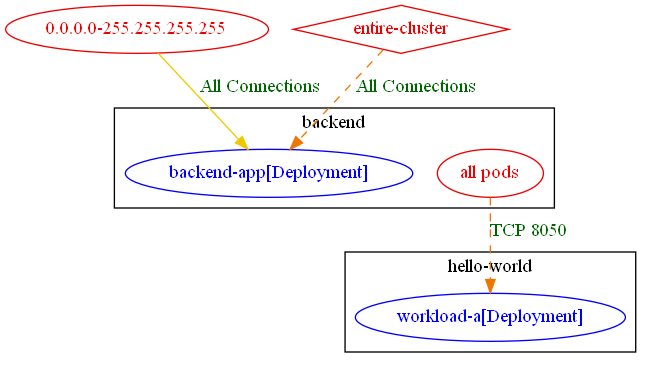
This is test_outputs/connlist/exposure_test_exposure_to_namespace_except_specific_pod_connlist_output.dot.png from np-guard/netpol-analyzer, a Graphviz export, as it was before one commit. Its source is kept beside it as test_outputs/connlist/exposure_test_exposure_to_namespace_except_specific_pod_connlist_output.dot.
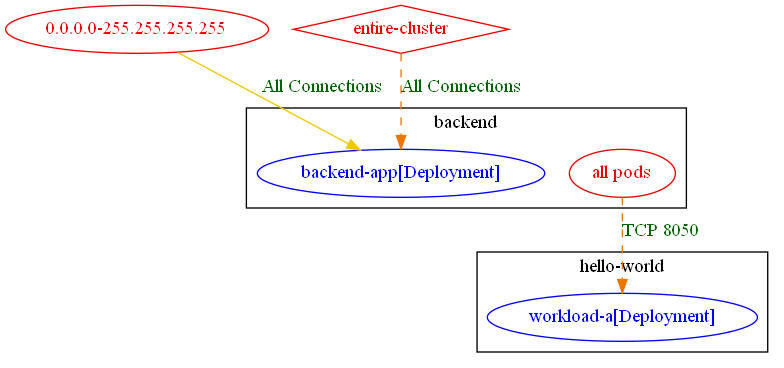
Later version of the same file.

What changed in the source:
```diff
@@ -14,7 +14,7 @@
 	}
 	"0.0.0.0-255.255.255.255" [label="0.0.0.0-255.255.255.255" color="red2" fontcolor="red2"]
 	"entire-cluster" [label="entire-cluster" color="red2" fontcolor="red2" shape=diamond]
-	"0.0.0.0-255.255.255.255" -> "backend/backend-app[Deployment]" [label="All Connections" color="gold2" fontcolor="darkgreen"]
+	"0.0.0.0-255.255.255.255" -> "backend/backend-app[Deployment]" [label="All Connections" color="gold2" fontcolor="darkgreen" weight=0.5]
 	"all pods_in_backend" -> "hello-world/workload-a[Deployment]" [label="TCP 8050" color="darkorange2" fontcolor="darkgreen" weight=1 style=dashed]
 	"entire-cluster" -> "backend/backend-app[Deployment]" [label="All Connections" color="darkorange2" fontcolor="darkgreen" weight=1 style=dashed]
 }
```
